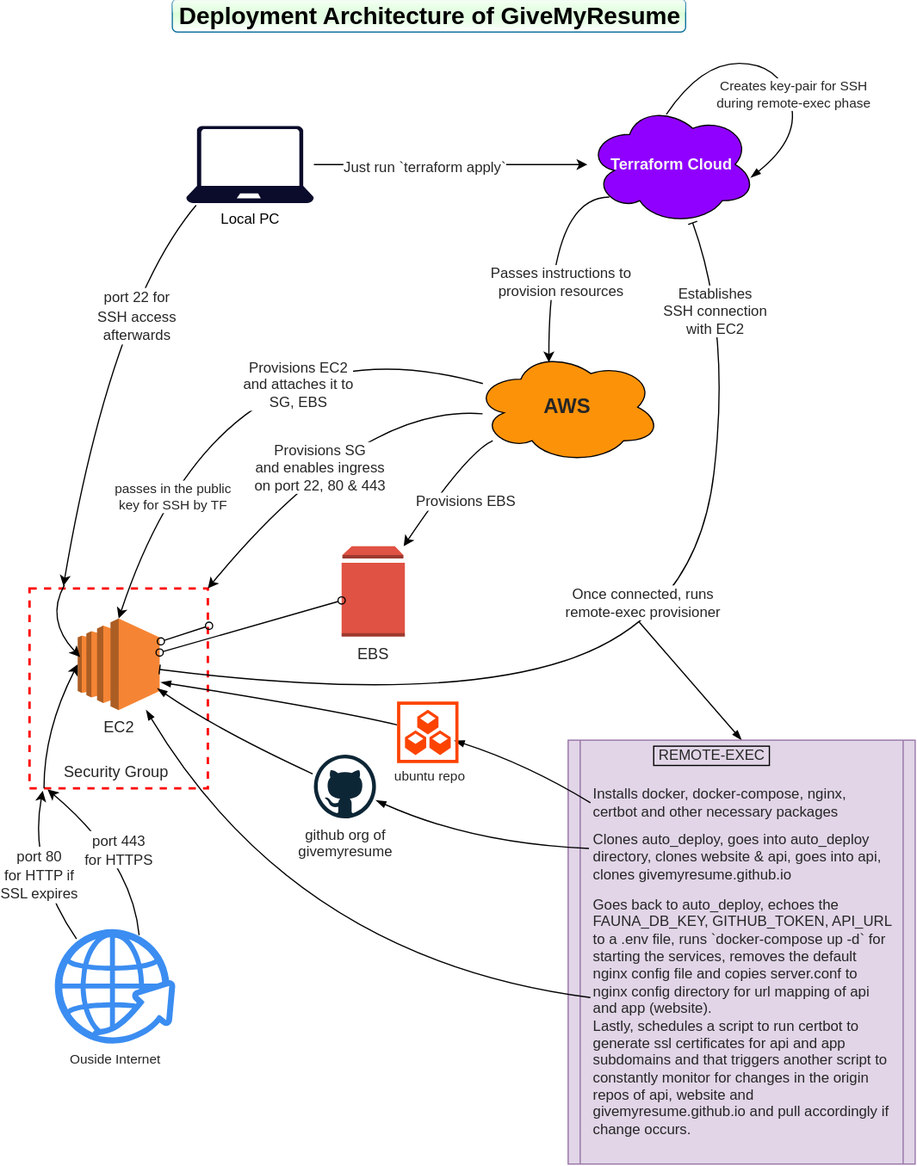
The draw.io diagram deployment-architecture.svg in givemyresume/doc, before a commit. Source tidied: cells renumbered, new cells last; positions are measured from the earlier drawing's top-left corner, leaving out a move shared by most shapes.
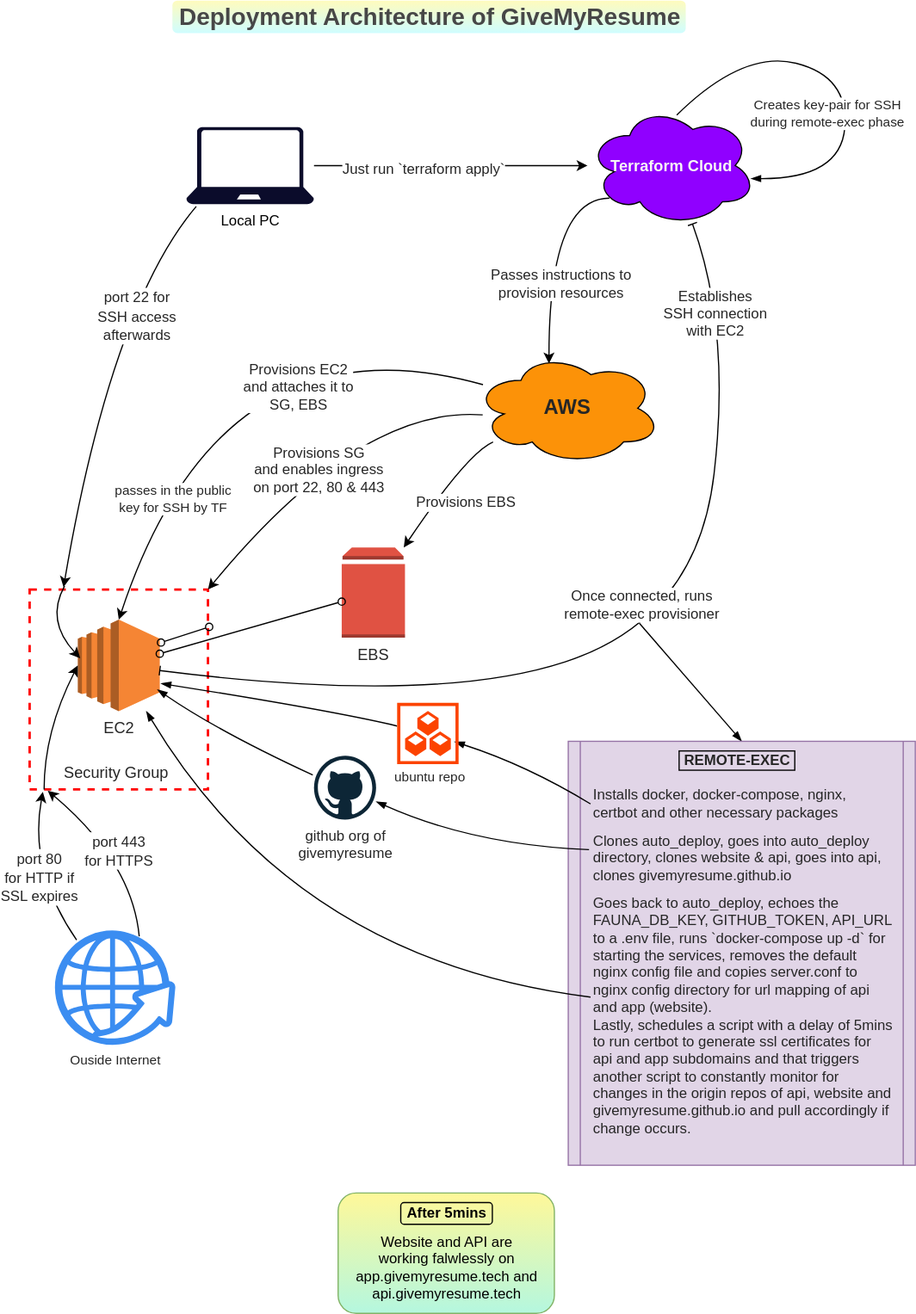
After the commit.

What changed in the source:
```diff
@@ -37,7 +37,7 @@
         <mxPoint x="149" y="31" as="targetPoint" />
       </mxGeometry>
     </mxCell>
-    <mxCell id="9" value="&lt;font style=&quot;font-size: 20px&quot;&gt;Deployment Architecture of GiveMyResume&lt;/font&gt;" style="text;html=1;align=center;verticalAlign=middle;fillColor=#BCFFB8;fontSize=18;fontStyle=1;strokeColor=#10739e;gradientColor=#ffffff;glass=1;shadow=0;sketch=0;rounded=1;gradientDirection=south;strokeWidth=0;" parent="1" vertex="1">
+    <mxCell id="9" value="&lt;font style=&quot;font-size: 20px&quot;&gt;Deployment Architecture of GiveMyResume&lt;/font&gt;" style="text;html=1;align=center;verticalAlign=middle;fillColor=#CFFDFF;fontSize=18;fontStyle=1;strokeColor=none;gradientColor=#FFFBBD;glass=0;shadow=0;sketch=0;rounded=1;gradientDirection=north;strokeWidth=0;perimeterSpacing=23;fontColor=#474747;" parent="1" vertex="1">
       <mxGeometry x="119.5" width="426" height="27" as="geometry" />
     </mxCell>
     <mxCell id="10" style="edgeStyle=orthogonalEdgeStyle;jettySize=auto;html=1;strokeColor=default;curved=1;" parent="1" edge="1" source="12" target="21">
@@ -75,9 +75,9 @@
         <mxPoint x="9" y="20" as="offset" />
       </mxGeometry>
     </mxCell>
-    <mxCell id="17" value="&amp;nbsp;REMOTE-EXEC&amp;nbsp;" style="edgeLabel;html=1;align=center;verticalAlign=middle;fontSize=12;fontColor=#262626;labelBackgroundColor=none;labelBorderColor=default;" parent="14" vertex="1">
+    <mxCell id="17" value="&amp;nbsp;REMOTE-EXEC&amp;nbsp;" style="edgeLabel;html=1;align=center;verticalAlign=middle;fontSize=12;fontColor=#262626;labelBackgroundColor=none;labelBorderColor=default;fontStyle=1;" parent="14" vertex="1">
       <mxGeometry x="0.26" y="-32" relative="1" as="geometry">
-        <mxPoint x="177" y="94" as="offset" />
+        <mxPoint x="198" y="97" as="offset" />
       </mxGeometry>
     </mxCell>
     <mxCell id="18" value="Once connected, runs &lt;br&gt;remote-exec provisioner" style="edgeLabel;html=1;align=center;verticalAlign=middle;fontSize=12;fontColor=#262626;" parent="14" vertex="1">
@@ -85,18 +85,18 @@
         <mxPoint x="140" y="-46" as="offset" />
       </mxGeometry>
     </mxCell>
-    <mxCell id="19" style="edgeStyle=none;curved=1;orthogonalLoop=1;jettySize=auto;html=1;fontSize=11;fontColor=#262626;startArrow=none;startFill=0;endArrow=blockThin;endFill=1;startSize=6;endSize=6;strokeColor=default;strokeWidth=1;exitX=0.468;exitY=0.083;exitDx=0;exitDy=0;exitPerimeter=0;entryX=0.968;entryY=0.608;entryDx=0;entryDy=0;entryPerimeter=0;" parent="1" edge="1" source="21" target="21">
+    <mxCell id="19" style="edgeStyle=none;curved=1;orthogonalLoop=1;jettySize=auto;html=1;fontSize=11;fontColor=#262626;startArrow=none;startFill=0;endArrow=blockThin;endFill=1;startSize=6;endSize=6;strokeColor=default;strokeWidth=1;entryX=0.968;entryY=0.608;entryDx=0;entryDy=0;entryPerimeter=0;exitX=0.529;exitY=0.08;exitDx=0;exitDy=0;exitPerimeter=0;" parent="1" edge="1" source="21" target="21">
       <mxGeometry relative="1" as="geometry">
         <Array as="points">
-          <mxPoint x="558" y="53" />
-          <mxPoint x="622" y="53" />
-          <mxPoint x="642" y="114" />
+          <mxPoint x="593" y="41" />
+          <mxPoint x="681" y="63" />
+          <mxPoint x="674" y="148" />
         </Array>
       </mxGeometry>
     </mxCell>
     <mxCell id="20" value="Creates key-pair for SSH &lt;br&gt;during remote-exec phase" style="edgeLabel;html=1;align=center;verticalAlign=middle;fontSize=11;fontColor=#262626;" parent="19" vertex="1">
       <mxGeometry x="-0.22" y="2" relative="1" as="geometry">
-        <mxPoint x="36" y="27" as="offset" />
+        <mxPoint x="19" y="42" as="offset" />
       </mxGeometry>
     </mxCell>
     <mxCell id="21" value="&lt;font color=&quot;#f7f7f7&quot; size=&quot;1&quot;&gt;&lt;b style=&quot;font-size: 13px&quot;&gt;Terraform Cloud&lt;/b&gt;&lt;/font&gt;" style="ellipse;shape=cloud;whiteSpace=wrap;html=1;fillColor=#9000FF;" parent="1" vertex="1">
@@ -237,8 +237,8 @@
         </Array>
       </mxGeometry>
     </mxCell>
-    <mxCell id="46" value="Goes back to auto_deploy, echoes the FAUNA_DB_KEY, GITHUB_TOKEN, API_URL to a .env file, runs `docker-compose up -d` for starting the services, removes the default nginx config file and copies server.conf to nginx config directory for url mapping of api and app (website).&lt;br&gt;Lastly, schedules a script to run certbot to generate ssl certificates for api and app subdomains and that triggers another script to constantly monitor for changes in the origin repos of api, website and givemyresume.github.io&amp;nbsp;and pull accordingly if change occurs." style="text;html=1;strokeColor=none;fillColor=none;align=left;verticalAlign=middle;whiteSpace=wrap;rounded=0;labelBackgroundColor=none;fontSize=12;fontColor=#262626;" parent="1" vertex="1">
-      <mxGeometry x="466.5" y="743" width="251" height="204" as="geometry" />
+    <mxCell id="46" value="Goes back to auto_deploy, echoes the FAUNA_DB_KEY, GITHUB_TOKEN, API_URL to a .env file, runs `docker-compose up -d` for starting the services, removes the default nginx config file and copies server.conf to nginx config directory for url mapping of api and app (website).&lt;br&gt;Lastly, schedules a script with a delay of 5mins to run certbot to generate ssl certificates for api and app subdomains and that triggers another script to constantly monitor for changes in the origin repos of api, website and givemyresume.github.io&amp;nbsp;and pull accordingly if change occurs." style="text;html=1;strokeColor=none;fillColor=none;align=left;verticalAlign=middle;whiteSpace=wrap;rounded=0;labelBackgroundColor=none;fontSize=12;fontColor=#262626;" parent="1" vertex="1">
+      <mxGeometry x="466.5" y="741" width="251" height="204" as="geometry" />
     </mxCell>
     <mxCell id="47" style="sketch=0;html=1;strokeColor=none;shadow=0;align=center;verticalAlign=top;fillColor=#FC4300;shape=mxgraph.gcp2.repository_3;rounded=1;glass=1;labelBackgroundColor=none;labelBorderColor=none;fontSize=11;fontColor=#262626;" parent="1" vertex="1">
       <mxGeometry x="306" y="583" width="51" height="51" as="geometry" />
@@ -252,5 +252,14 @@
     <mxCell id="50" value="Ouside Internet" style="text;html=1;align=center;verticalAlign=middle;strokeColor=none;fillColor=none;fontSize=11;fontColor=#262626;" parent="1" vertex="1">
       <mxGeometry x="29.5" y="871" width="85" height="17" as="geometry" />
     </mxCell>
+    <mxCell id="51" style="whiteSpace=wrap;html=1;fillColor=#B4F7DF;strokeColor=#82b366;rounded=1;shadow=0;glass=0;gradientColor=#FFF899;gradientDirection=north;" parent="1" vertex="1">
+      <mxGeometry x="257" y="990" width="179.5" height="100" as="geometry" />
+    </mxCell>
+    <mxCell id="52" value="After 5mins" style="text;html=1;align=center;verticalAlign=middle;fillColor=none;strokeColor=default;strokeWidth=0;rounded=1;fontStyle=1;" parent="1" vertex="1">
+      <mxGeometry x="309" y="998" width="76" height="18" as="geometry" />
+    </mxCell>
+    <mxCell id="53" value="&lt;span style=&quot;font-size: 12px&quot;&gt;Website and API are &lt;br&gt;working falwlessly on &lt;br&gt;app.givemyresume.tech and &lt;br&gt;api.givemyresume.tech&lt;/span&gt;" style="text;html=1;align=center;verticalAlign=middle;strokeColor=none;fillColor=none;fontSize=1;" parent="1" vertex="1">
+      <mxGeometry x="266.2" y="1042" width="161" height="20" as="geometry" />
+    </mxCell>
   </root>
 </mxGraphModel>
```
